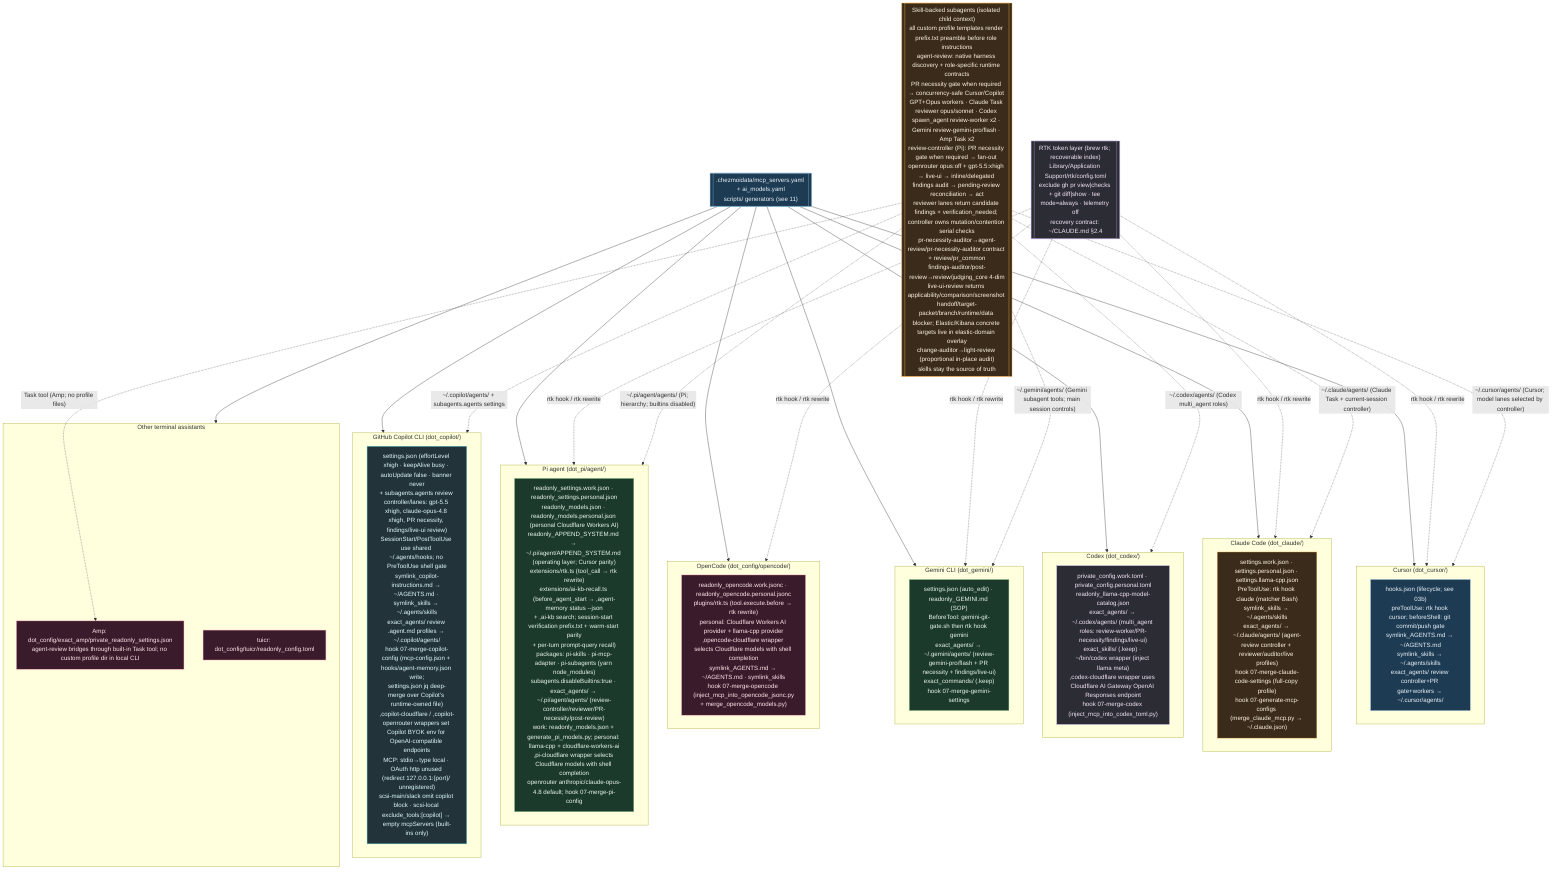
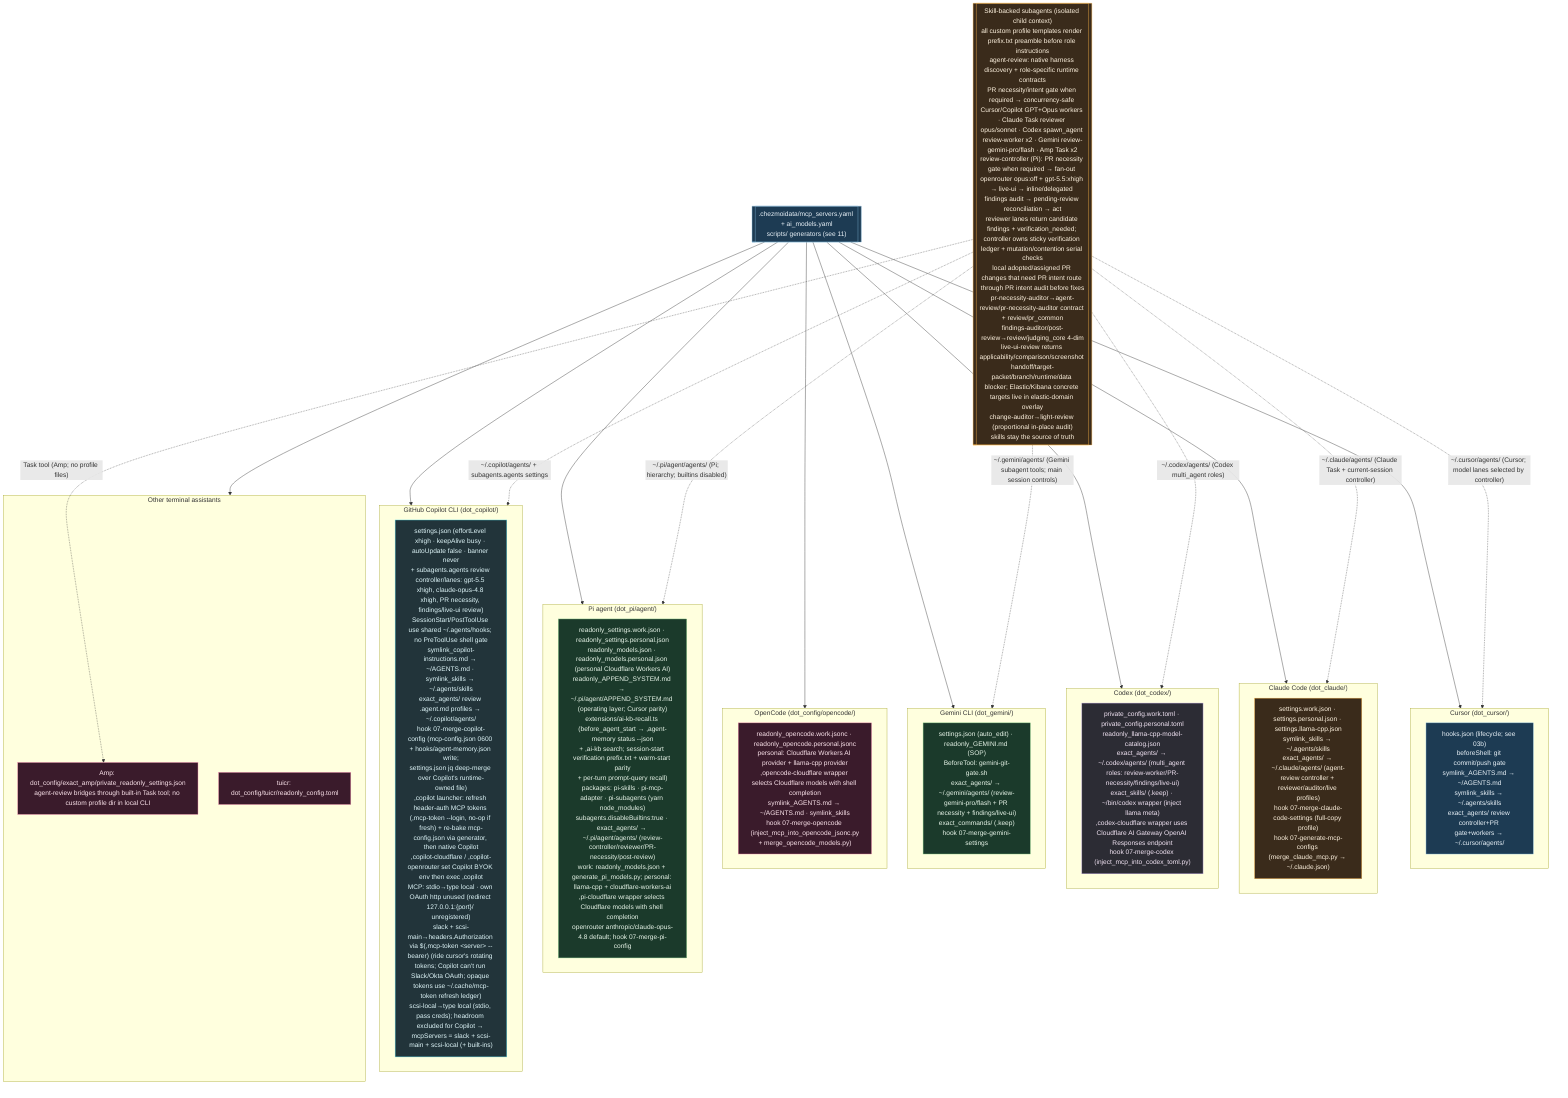
%% ============================================================================
%% 12-ai-tool-configs.mmd — Every per-tool AI config file in home/.
%% Pattern: source carries .work + .personal variants; a 07-merge-* hook picks
%% by isWork and merges generated MCP/model blocks into the live config.
%% ============================================================================
flowchart TB
    classDef cursor fill:#1d3b53,stroke:#7fb3d5,color:#eaf2f8;
    classDef claude fill:#3a2b1b,stroke:#ffb74d,color:#fff3e0;
    classDef codex fill:#2c2c34,stroke:#b39ddb,color:#f3e5f5;
    classDef gem fill:#1b3a2b,stroke:#81c784,color:#e8f5e9;
    classDef oc fill:#3a1b2b,stroke:#f48fb1,color:#fce4ec;
    classDef cop fill:#22343a,stroke:#4dd0e1,color:#e0f7fa;

    subgraph CURSOR["Cursor (dot_cursor/)"]
-         CU["hooks.json (lifecycle; see 03b)<br/>preToolUse: rtk hook cursor; beforeShell: git commit/push gate<br/>symlink_AGENTS.md → ~/AGENTS.md<br/>symlink_skills → ~/.agents/skills<br/>exact_agents/ review controller+PR gate+workers → ~/.cursor/agents/"]:::cursor
+         CU["hooks.json (lifecycle; see 03b)<br/>beforeShell: git commit/push gate<br/>symlink_AGENTS.md → ~/AGENTS.md<br/>symlink_skills → ~/.agents/skills<br/>exact_agents/ review controller+PR gate+workers → ~/.cursor/agents/"]:::cursor
    end

    subgraph CLAUDE["Claude Code (dot_claude/)"]
-         CLD["settings.work.json · settings.personal.json · settings.llama-cpp.json<br/>PreToolUse: rtk hook claude (matcher Bash)<br/>symlink_skills → ~/.agents/skills<br/>exact_agents/ → ~/.claude/agents/ (agent-review controller + reviewer/auditor/live profiles)<br/>hook 07-merge-claude-code-settings (full-copy profile)<br/>hook 07-generate-mcp-configs (merge_claude_mcp.py → ~/.claude.json)"]:::claude
+         CLD["settings.work.json · settings.personal.json · settings.llama-cpp.json<br/>symlink_skills → ~/.agents/skills<br/>exact_agents/ → ~/.claude/agents/ (agent-review controller + reviewer/auditor/live profiles)<br/>hook 07-merge-claude-code-settings (full-copy profile)<br/>hook 07-generate-mcp-configs (merge_claude_mcp.py → ~/.claude.json)"]:::claude
    end

    subgraph CODEX["Codex (dot_codex/)"]
        CDX["private_config.work.toml · private_config.personal.toml<br/>readonly_llama-cpp-model-catalog.json<br/>exact_agents/ → ~/.codex/agents/ (multi_agent roles: review-worker/PR-necessity/findings/live-ui)<br/>exact_skills/ (.keep) · ~/bin/codex wrapper (inject llama meta)<br/>,codex-cloudflare wrapper uses Cloudflare AI Gateway OpenAI Responses endpoint<br/>hook 07-merge-codex (inject_mcp_into_codex_toml.py)"]:::codex
    end

    subgraph GEMINI["Gemini CLI (dot_gemini/)"]
-         GMN["settings.json (auto_edit) · readonly_GEMINI.md (SOP)<br/>BeforeTool: gemini-git-gate.sh then rtk hook gemini<br/>exact_agents/ → ~/.gemini/agents/ (review-gemini-pro/flash + PR necessity + findings/live-ui)<br/>exact_commands/ (.keep)<br/>hook 07-merge-gemini-settings"]:::gem
+         GMN["settings.json (auto_edit) · readonly_GEMINI.md (SOP)<br/>BeforeTool: gemini-git-gate.sh<br/>exact_agents/ → ~/.gemini/agents/ (review-gemini-pro/flash + PR necessity + findings/live-ui)<br/>exact_commands/ (.keep)<br/>hook 07-merge-gemini-settings"]:::gem
    end

    subgraph OPENCODE["OpenCode (dot_config/opencode/)"]
-         OPC["readonly_opencode.work.jsonc · readonly_opencode.personal.jsonc<br/>plugins/rtk.ts (tool.execute.before → rtk rewrite)<br/>personal: Cloudflare Workers AI provider + llama-cpp provider<br/>,opencode-cloudflare wrapper selects Cloudflare models with shell completion<br/>symlink_AGENTS.md → ~/AGENTS.md · symlink_skills<br/>hook 07-merge-opencode (inject_mcp_into_opencode_jsonc.py<br/>+ merge_opencode_models.py)"]:::oc
+         OPC["readonly_opencode.work.jsonc · readonly_opencode.personal.jsonc<br/>personal: Cloudflare Workers AI provider + llama-cpp provider<br/>,opencode-cloudflare wrapper selects Cloudflare models with shell completion<br/>symlink_AGENTS.md → ~/AGENTS.md · symlink_skills<br/>hook 07-merge-opencode (inject_mcp_into_opencode_jsonc.py<br/>+ merge_opencode_models.py)"]:::oc
    end

    subgraph PI["Pi agent (dot_pi/agent/)"]
-         PIA["readonly_settings.work.json · readonly_settings.personal.json<br/>readonly_models.json · readonly_models.personal.json (personal Cloudflare Workers AI)<br/>readonly_APPEND_SYSTEM.md → ~/.pi/agent/APPEND_SYSTEM.md (operating layer; Cursor parity)<br/>extensions/rtk.ts (tool_call → rtk rewrite)<br/>extensions/ai-kb-recall.ts (before_agent_start → ,agent-memory status --json<br/>+ ,ai-kb search; session-start verification prefix.txt + warm-start parity<br/>+ per-turn prompt-query recall)<br/>packages: pi-skills · pi-mcp-adapter · pi-subagents (yarn node_modules)<br/>subagents.disableBuiltins:true · exact_agents/ → ~/.pi/agent/agents/ (review-controller/reviewer/PR-necessity/post-review)<br/>work: readonly_models.json + generate_pi_models.py; personal: llama-cpp + cloudflare-workers-ai<br/>,pi-cloudflare wrapper selects Cloudflare models with shell completion<br/>openrouter anthropic/claude-opus-4.8 default; hook 07-merge-pi-config"]:::gem
+         PIA["readonly_settings.work.json · readonly_settings.personal.json<br/>readonly_models.json · readonly_models.personal.json (personal Cloudflare Workers AI)<br/>readonly_APPEND_SYSTEM.md → ~/.pi/agent/APPEND_SYSTEM.md (operating layer; Cursor parity)<br/>extensions/ai-kb-recall.ts (before_agent_start → ,agent-memory status --json<br/>+ ,ai-kb search; session-start verification prefix.txt + warm-start parity<br/>+ per-turn prompt-query recall)<br/>packages: pi-skills · pi-mcp-adapter · pi-subagents (yarn node_modules)<br/>subagents.disableBuiltins:true · exact_agents/ → ~/.pi/agent/agents/ (review-controller/reviewer/PR-necessity/post-review)<br/>work: readonly_models.json + generate_pi_models.py; personal: llama-cpp + cloudflare-workers-ai<br/>,pi-cloudflare wrapper selects Cloudflare models with shell completion<br/>openrouter anthropic/claude-opus-4.8 default; hook 07-merge-pi-config"]:::gem
    end

    subgraph COPILOT["GitHub Copilot CLI (dot_copilot/)"]
-         COP["settings.json (effortLevel xhigh · keepAlive busy · autoUpdate false · banner never<br/>+ subagents.agents review controller/lanes: gpt-5.5 xhigh, claude-opus-4.8 xhigh, PR necessity, findings/live-ui review)<br/>SessionStart/PostToolUse use shared ~/.agents/hooks; no PreToolUse shell gate<br/>symlink_copilot-instructions.md → ~/AGENTS.md · symlink_skills → ~/.agents/skills<br/>exact_agents/ review .agent.md profiles → ~/.copilot/agents/<br/>hook 07-merge-copilot-config (mcp-config.json + hooks/agent-memory.json write;<br/>settings.json jq deep-merge over Copilot's runtime-owned file)<br/>,copilot-cloudflare / ,copilot-openrouter wrappers set Copilot BYOK env for OpenAI-compatible endpoints<br/>MCP: stdio→type local · OAuth http unused (redirect 127.0.0.1:{port}/ unregistered)<br/>scsi-main/slack omit copilot block · scsi-local exclude_tools:[copilot] → empty mcpServers (built-ins only)"]:::cop
+         COP["settings.json (effortLevel xhigh · keepAlive busy · autoUpdate false · banner never<br/>+ subagents.agents review controller/lanes: gpt-5.5 xhigh, claude-opus-4.8 xhigh, PR necessity, findings/live-ui review)<br/>SessionStart/PostToolUse use shared ~/.agents/hooks; no PreToolUse shell gate<br/>symlink_copilot-instructions.md → ~/AGENTS.md · symlink_skills → ~/.agents/skills<br/>exact_agents/ review .agent.md profiles → ~/.copilot/agents/<br/>hook 07-merge-copilot-config (mcp-config.json 0600 + hooks/agent-memory.json write;<br/>settings.json jq deep-merge over Copilot's runtime-owned file)<br/>,copilot launcher: refresh header-auth MCP tokens (,mcp-token --login, no-op if fresh) + re-bake mcp-config.json via generator, then native Copilot<br/>,copilot-cloudflare / ,copilot-openrouter set Copilot BYOK env then exec ,copilot<br/>MCP: stdio→type local · own OAuth http unused (redirect 127.0.0.1:{port}/ unregistered)<br/>slack + scsi-main→headers.Authorization via $(,mcp-token &lt;server&gt; --bearer) (ride cursor's rotating tokens; Copilot can't run Slack/Okta OAuth; opaque tokens use ~/.cache/mcp-token refresh ledger)<br/>scsi-local→type local (stdio, pass creds); headroom excluded for Copilot → mcpServers = slack + scsi-main + scsi-local (+ built-ins)"]:::cop
    end

    subgraph OTHER["Other terminal assistants"]
        AMP["Amp: dot_config/exact_amp/private_readonly_settings.json<br/>agent-review bridges through built-in Task tool; no custom profile dir in local CLI"]:::oc
        TUI["tuicr: dot_config/tuicr/readonly_config.toml"]:::oc
    end

    REG[[".chezmoidata/mcp_servers.yaml + ai_models.yaml<br/>scripts/ generators (see 11)"]]:::cursor
    REG --> CURSOR & CLAUDE & CODEX & GEMINI & OPENCODE & PI & COPILOT & OTHER

-     RTK[["RTK token layer (brew rtk; recoverable index)<br/>Library/Application Support/rtk/config.toml<br/>exclude gh pr view|checks + git diff|show · tee mode=always · telemetry off<br/>recovery contract: ~/CLAUDE.md §2.4"]]:::codex
-     RTK -.->|"rtk hook / rtk rewrite"| CURSOR & CLAUDE & GEMINI & OPENCODE & PI
- 
-     SUBA[["Skill-backed subagents (isolated child context)<br/>all custom profile templates render prefix.txt preamble before role instructions<br/>agent-review: native harness discovery + role-specific runtime contracts<br/>PR necessity gate when required → concurrency-safe Cursor/Copilot GPT+Opus workers · Claude Task reviewer opus/sonnet · Codex spawn_agent review-worker x2 · Gemini review-gemini-pro/flash · Amp Task x2<br/>review-controller (Pi): PR necessity gate when required → fan-out openrouter opus:off + gpt-5.5:xhigh → live-ui → inline/delegated findings audit → pending-review reconciliation → act<br/>reviewer lanes return candidate findings + verification_needed; controller owns mutation/contention serial checks<br/>pr-necessity-auditor→agent-review/pr-necessity-auditor contract + review/pr_common<br/>findings-auditor/post-review→review/judging_core 4-dim<br/>live-ui-review returns applicability/comparison/screenshot handoff/target-packet/branch/runtime/data blocker; Elastic/Kibana concrete targets live in elastic-domain overlay<br/>change-auditor→light-review (proportional in-place audit)<br/>skills stay the source of truth"]]:::claude
+     SUBA[["Skill-backed subagents (isolated child context)<br/>all custom profile templates render prefix.txt preamble before role instructions<br/>agent-review: native harness discovery + role-specific runtime contracts<br/>PR necessity/intent gate when required → concurrency-safe Cursor/Copilot GPT+Opus workers · Claude Task reviewer opus/sonnet · Codex spawn_agent review-worker x2 · Gemini review-gemini-pro/flash · Amp Task x2<br/>review-controller (Pi): PR necessity gate when required → fan-out openrouter opus:off + gpt-5.5:xhigh → live-ui → inline/delegated findings audit → pending-review reconciliation → act<br/>reviewer lanes return candidate findings + verification_needed; controller owns sticky verification ledger + mutation/contention serial checks<br/>local adopted/assigned PR changes that need PR intent route through PR intent audit before fixes<br/>pr-necessity-auditor→agent-review/pr-necessity-auditor contract + review/pr_common<br/>findings-auditor/post-review→review/judging_core 4-dim<br/>live-ui-review returns applicability/comparison/screenshot handoff/target-packet/branch/runtime/data blocker; Elastic/Kibana concrete targets live in elastic-domain overlay<br/>change-auditor→light-review (proportional in-place audit)<br/>skills stay the source of truth"]]:::claude
    SUBA -.->|"~/.cursor/agents/ (Cursor; model lanes selected by controller)"| CURSOR
    SUBA -.->|"~/.copilot/agents/ + subagents.agents settings"| COPILOT
    SUBA -.->|"~/.claude/agents/ (Claude Task + current-session controller)"| CLAUDE
    SUBA -.->|"~/.codex/agents/ (Codex multi_agent roles)"| CODEX
    SUBA -.->|"~/.gemini/agents/ (Gemini subagent tools; main session controls)"| GEMINI
    SUBA -.->|"Task tool (Amp; no profile files)"| AMP
    SUBA -.->|"~/.pi/agent/agents/ (Pi; hierarchy; builtins disabled)"| PI
